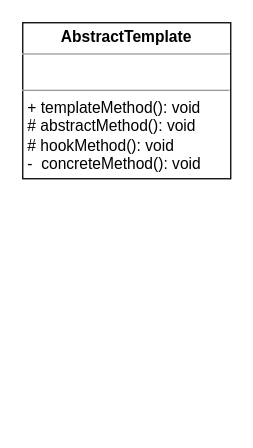
This is drawio/设计模式/模版方法模式.drawio from hezhuma/image-repo, a draw.io file, before an edit. Source tidied: cells renumbered, new cells numbered last; positions are measured from the earlier drawing's top-left corner, leaving out a move shared by most shapes. Both pictures are drawn from the tidied source at 130%, with x=0, y=0 at pixel (22, 22).
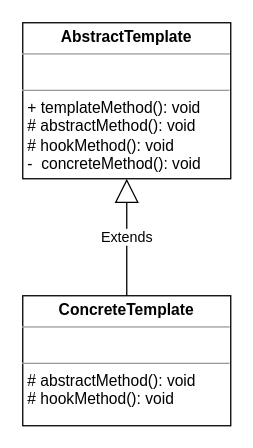
The same diagram, later.

Commit message (it also covers changes not shown here):
Update 模版方法模式.drawio

Diff of the diagram source:
```diff
@@
 <mxGraphModel>
   <root>
     <mxCell id="0" />
     <mxCell id="1" parent="0" />
     <mxCell id="2" value="&lt;p style=&quot;margin: 0px ; margin-top: 4px ; text-align: center&quot;&gt;&lt;b&gt;AbstractTemplate&lt;/b&gt;&lt;/p&gt;&lt;hr size=&quot;1&quot;&gt;&lt;p style=&quot;margin: 0px ; margin-left: 4px&quot;&gt;&lt;br&gt;&lt;/p&gt;&lt;hr size=&quot;1&quot;&gt;&lt;p style=&quot;margin: 0px ; margin-left: 4px&quot;&gt;+ templateMethod(): void&lt;/p&gt;&lt;p style=&quot;margin: 0px ; margin-left: 4px&quot;&gt;# abstractMethod(): void&lt;/p&gt;&lt;p style=&quot;margin: 0px ; margin-left: 4px&quot;&gt;# hookMethod(): void&lt;/p&gt;&lt;p style=&quot;margin: 0px ; margin-left: 4px&quot;&gt;-&amp;nbsp; concreteMethod(): void&lt;/p&gt;" style="verticalAlign=top;align=left;overflow=fill;fontSize=12;fontFamily=Helvetica;html=1;" parent="1" vertex="1">
       <mxGeometry width="160" height="120" as="geometry" />
     </mxCell>
+    <mxCell id="3" value="&lt;p style=&quot;margin: 0px ; margin-top: 4px ; text-align: center&quot;&gt;&lt;b&gt;ConcreteTemplate&lt;/b&gt;&lt;/p&gt;&lt;hr size=&quot;1&quot;&gt;&lt;p style=&quot;margin: 0px ; margin-left: 4px&quot;&gt;&lt;br&gt;&lt;/p&gt;&lt;hr size=&quot;1&quot;&gt;&lt;p style=&quot;margin: 0px ; margin-left: 4px&quot;&gt;&lt;span&gt;# abstractMethod(): void&lt;/span&gt;&lt;br&gt;&lt;/p&gt;&lt;p style=&quot;margin: 0px ; margin-left: 4px&quot;&gt;# hookMethod(): void&lt;/p&gt;" style="verticalAlign=top;align=left;overflow=fill;fontSize=12;fontFamily=Helvetica;html=1;" parent="1" vertex="1">
+      <mxGeometry y="210" width="160" height="100" as="geometry" />
+    </mxCell>
+    <mxCell id="4" value="Extends" style="endArrow=block;endSize=16;endFill=0;html=1;rounded=0;entryX=0.5;entryY=1;entryDx=0;entryDy=0;exitX=0.5;exitY=0;exitDx=0;exitDy=0;" parent="1" edge="1" source="3" target="2">
+      <mxGeometry relative="1" as="geometry" />
+    </mxCell>
   </root>
 </mxGraphModel>
```
